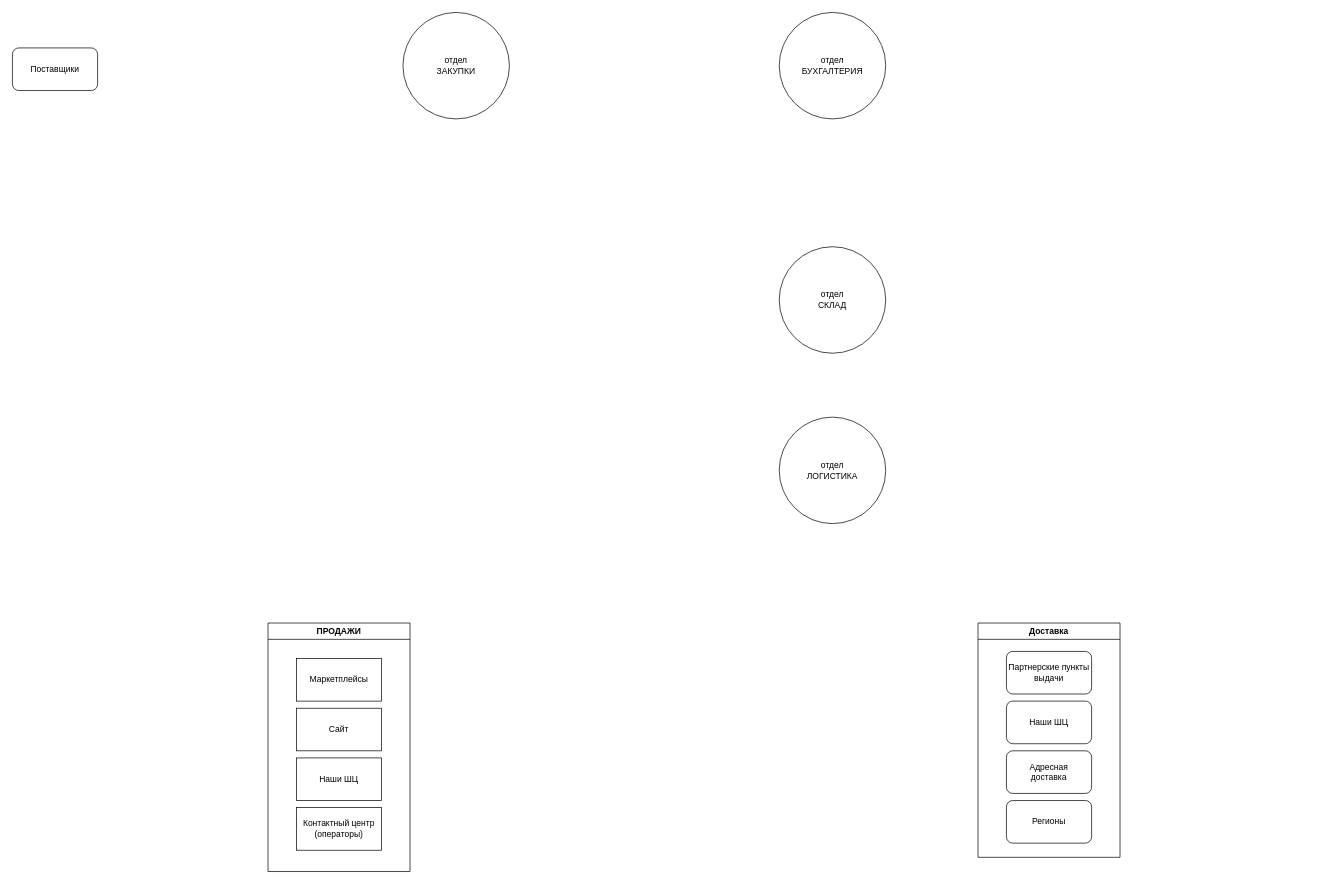
This is Бизнес-процессы.drawio from iLimberg/BlackTyres, a draw.io file, before an edit. Source tidied: cells renumbered, new cells numbered last; positions are measured from the earlier drawing's top-left corner, leaving out a move shared by most shapes. Both pictures are drawn from the tidied source at 71%, with x=0, y=0 at pixel (12, 12).
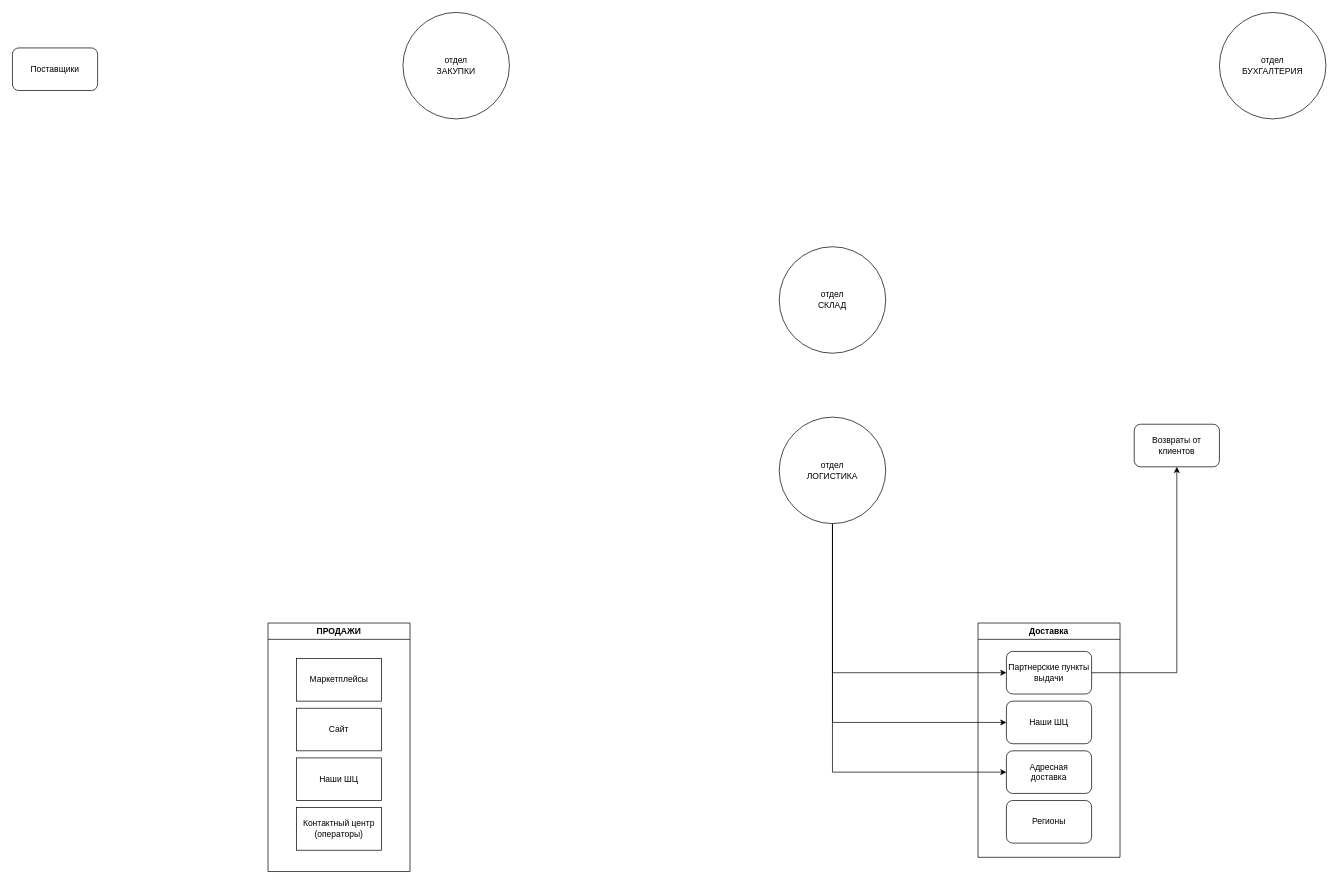
After the change.

The change refers to these unchanged cells:
```xml
<mxCell id="4" value="отдел&lt;div&gt;ЛОГИСТИКА&lt;/div&gt;" style="ellipse;whiteSpace=wrap;html=1;" parent="1" vertex="1">
  <mxGeometry x="1080" y="570" width="150" height="150" as="geometry" />
</mxCell>
<mxCell id="12" value="Партнерские пункты выдачи" style="rounded=1;whiteSpace=wrap;html=1;" parent="11" vertex="1">
  <mxGeometry x="40" y="40" width="120" height="60" as="geometry" />
</mxCell>
<mxCell id="13" value="Наши ШЦ" style="rounded=1;whiteSpace=wrap;html=1;" parent="11" vertex="1">
  <mxGeometry x="40" y="110" width="120" height="60" as="geometry" />
</mxCell>
<mxCell id="14" value="Адресная&lt;div&gt;доставка&lt;/div&gt;" style="rounded=1;whiteSpace=wrap;html=1;" parent="11" vertex="1">
  <mxGeometry x="40" y="180" width="120" height="60" as="geometry" />
</mxCell>
```

Diff of the diagram source:
```diff
@@
+    <mxCell id="17" style="edgeStyle=orthogonalEdgeStyle;rounded=0;jettySize=auto;html=1;entryX=0;entryY=0.5;entryDx=0;entryDy=0;exitX=0.5;exitY=1;exitDx=0;exitDy=0;" parent="1" edge="1" source="4" target="12">
+      <mxGeometry relative="1" as="geometry" />
+    </mxCell>
+    <mxCell id="18" style="edgeStyle=orthogonalEdgeStyle;rounded=0;jettySize=auto;html=1;entryX=0;entryY=0.5;entryDx=0;entryDy=0;exitX=0.5;exitY=1;exitDx=0;exitDy=0;" parent="1" edge="1" source="4" target="13">
+      <mxGeometry relative="1" as="geometry" />
+    </mxCell>
+    <mxCell id="19" style="edgeStyle=orthogonalEdgeStyle;rounded=0;jettySize=auto;html=1;entryX=0;entryY=0.5;entryDx=0;entryDy=0;exitX=0.5;exitY=1;exitDx=0;exitDy=0;" parent="1" edge="1" source="4" target="14">
+      <mxGeometry relative="1" as="geometry" />
+    </mxCell>
@@
     <mxCell id="16" value="отдел&lt;div&gt;БУХГАЛТЕРИЯ&lt;/div&gt;" style="ellipse;whiteSpace=wrap;html=1;" parent="1" vertex="1">
-      <mxGeometry x="1080" width="150" height="150" as="geometry" />
+      <mxGeometry x="1700" width="150" height="150" as="geometry" />
     </mxCell>
+    <mxCell id="20" value="Возвраты от клиентов" style="rounded=1;whiteSpace=wrap;html=1;" parent="1" vertex="1">
+      <mxGeometry x="1580" y="580" width="120" height="60" as="geometry" />
+    </mxCell>
+    <mxCell id="21" style="edgeStyle=orthogonalEdgeStyle;rounded=0;jettySize=auto;html=1;entryX=0.5;entryY=1;entryDx=0;entryDy=0;" parent="1" edge="1" source="12" target="20">
+      <mxGeometry relative="1" as="geometry" />
+    </mxCell>
```
